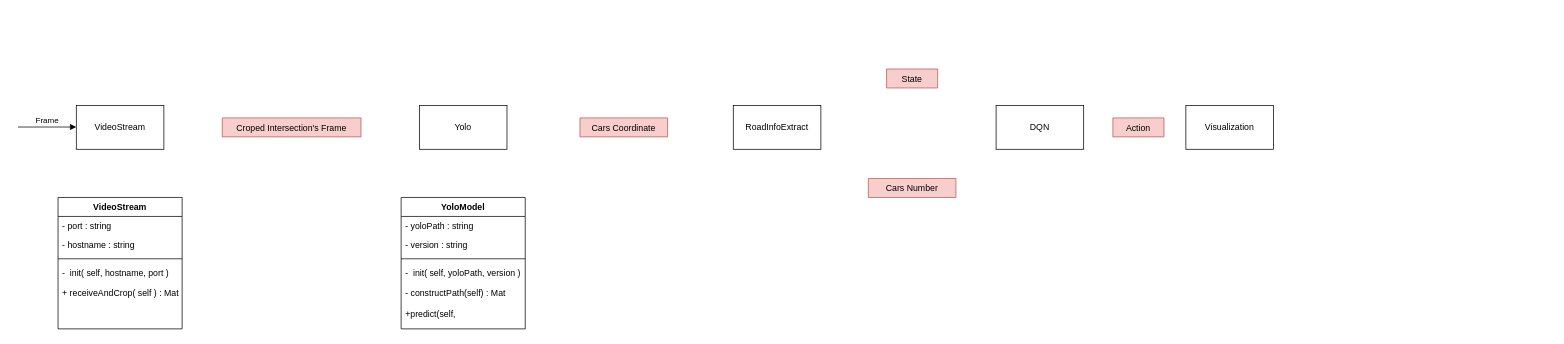
The draw.io diagram System UML Design.drawio in houance/Intelligent-Traffic-Light-System, before the edit. Source tidied: cells renumbered, new cells numbered last; positions are measured from the earlier drawing's top-left corner, leaving out a move shared by most shapes. Both pictures are drawn from the tidied source at 73%, with x=0, y=0 at pixel (18, 69).
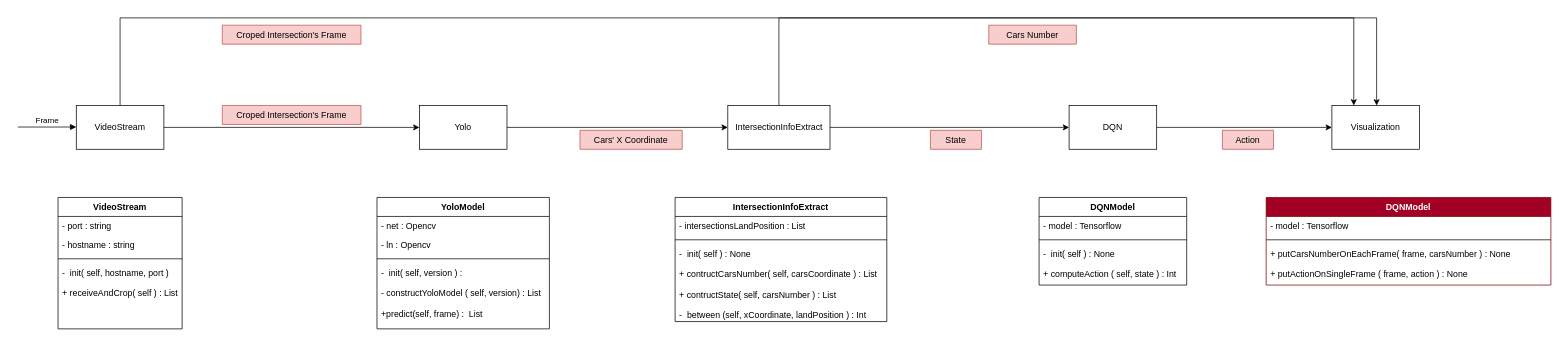
The same diagram, later.

The change refers to these unchanged cells:
```xml
<mxCell id="3" value="Yolo" style="rounded=0;whiteSpace=wrap;html=1;" parent="1" vertex="1">
  <mxGeometry x="550" y="50" width="120" height="60" as="geometry" />
</mxCell>
<mxCell id="5" value="VideoStream" style="rounded=0;whiteSpace=wrap;html=1;" parent="1" vertex="1">
  <mxGeometry x="80" y="50" width="120" height="60" as="geometry" />
</mxCell>
<mxCell id="13" value="VideoStream" style="swimlane;fontStyle=1;align=center;verticalAlign=top;horizontal=1;startSize=26;" parent="1" vertex="1">
  <mxGeometry x="55" y="176" width="170" height="180" as="geometry" />
</mxCell>
```

Change to the diagram source:
```diff
@@
+    <mxCell id="23" value="IntersectionInfoExtract" style="swimlane;fontStyle=1;align=center;verticalAlign=top;horizontal=1;startSize=26;" parent="1" vertex="1">
+      <mxGeometry x="900.3" y="176" width="290" height="170" as="geometry" />
+    </mxCell>
+    <mxCell id="24" value="- intersectionsLandPosition : List&#10;" style="text;strokeColor=none;fillColor=none;align=left;verticalAlign=top;spacingLeft=4;spacingRight=4;overflow=hidden;" parent="23" vertex="1">
+      <mxGeometry y="26" width="290" height="26" as="geometry" />
+    </mxCell>
+    <mxCell id="25" style="line;strokeWidth=1;fillColor=none;align=left;verticalAlign=middle;spacingTop=-1;spacingLeft=3;spacingRight=3;labelPosition=right;" parent="23" vertex="1">
+      <mxGeometry y="52" width="290" height="12" as="geometry" />
+    </mxCell>
+    <mxCell id="26" value="-  init( self ) : None&#10;&#10;+ contructCarsNumber( self, carsCoordinate ) : List&#10;&#10;+ contructState( self, carsNumber ) : List&#10;&#10;-  between (self, xCoordinate, landPosition ) : Int " style="text;strokeColor=none;fillColor=none;align=left;verticalAlign=top;spacingLeft=4;spacingRight=4;overflow=hidden;" parent="23" vertex="1">
+      <mxGeometry y="64" width="290" height="106" as="geometry" />
+    </mxCell>
+    <mxCell id="27" style="edgeStyle=orthogonalEdgeStyle;rounded=0;jettySize=auto;html=1;entryX=0;entryY=0.5;entryDx=0;entryDy=0;" parent="1" edge="1" source="2" target="4">
+      <mxGeometry relative="1" as="geometry" />
+    </mxCell>
     <mxCell id="2" value="DQN" style="rounded=0;whiteSpace=wrap;html=1;" parent="1" vertex="1">
-      <mxGeometry x="1340" y="50" width="120" height="60" as="geometry" />
+      <mxGeometry x="1440" y="50" width="120" height="60" as="geometry" />
     </mxCell>
+    <mxCell id="28" style="edgeStyle=orthogonalEdgeStyle;rounded=0;jettySize=auto;html=1;" parent="1" edge="1" source="3" target="6">
+      <mxGeometry relative="1" as="geometry" />
+    </mxCell>
@@
     <mxCell id="4" value="Visualization" style="rounded=0;whiteSpace=wrap;html=1;" parent="1" vertex="1">
-      <mxGeometry x="1600" y="50" width="120" height="60" as="geometry" />
+      <mxGeometry x="1800" y="50" width="120" height="60" as="geometry" />
     </mxCell>
+    <mxCell id="29" style="edgeStyle=orthogonalEdgeStyle;rounded=0;jettySize=auto;html=1;" parent="1" edge="1" source="5" target="3">
+      <mxGeometry relative="1" as="geometry" />
+    </mxCell>
+    <mxCell id="30" style="edgeStyle=orthogonalEdgeStyle;rounded=0;jettySize=auto;html=1;" parent="1" edge="1" source="5">
+      <mxGeometry relative="1" as="geometry">
+        <mxPoint x="1861.3" y="50" as="targetPoint" />
+        <Array as="points">
+          <mxPoint x="140" y="-70" />
+          <mxPoint x="1861" y="-70" />
+        </Array>
+      </mxGeometry>
+    </mxCell>
@@
+    <mxCell id="31" style="edgeStyle=orthogonalEdgeStyle;rounded=0;jettySize=auto;html=1;" parent="1" edge="1" source="6" target="2">
+      <mxGeometry relative="1" as="geometry" />
+    </mxCell>
+    <mxCell id="32" style="edgeStyle=orthogonalEdgeStyle;rounded=0;jettySize=auto;html=1;" parent="1" edge="1" source="6">
+      <mxGeometry relative="1" as="geometry">
+        <mxPoint x="1830" y="50" as="targetPoint" />
+        <Array as="points">
+          <mxPoint x="1043" y="-70" />
+          <mxPoint x="1830" y="-70" />
+          <mxPoint x="1830" y="50" />
+        </Array>
+      </mxGeometry>
+    </mxCell>
-    <mxCell id="6" value="RoadInfoExtract" style="rounded=0;whiteSpace=wrap;html=1;" parent="1" vertex="1">
-      <mxGeometry x="980" y="50" width="120" height="60" as="geometry" />
+    <mxCell id="6" value="IntersectionInfoExtract" style="rounded=0;whiteSpace=wrap;html=1;" parent="1" vertex="1">
+      <mxGeometry x="972.5" y="50" width="140" height="60" as="geometry" />
     </mxCell>
     <mxCell id="7" value="Croped Intersection's Frame" style="swimlane;fontStyle=0;horizontal=1;startSize=26;fillColor=#f8cecc;strokeColor=#b85450;" parent="1" vertex="1" collapsed="1">
-      <mxGeometry x="280" y="67" width="190" height="26" as="geometry" />
+      <mxGeometry x="280" y="50" width="190" height="26" as="geometry" />
     </mxCell>
     <mxCell id="8" value="State" style="swimlane;fontStyle=0;horizontal=1;startSize=26;fillColor=#f8cecc;strokeColor=#b85450;" parent="1" vertex="1" collapsed="1">
-      <mxGeometry x="1190" width="70" height="26" as="geometry" />
+      <mxGeometry x="1250" y="84" width="70" height="26" as="geometry" />
     </mxCell>
-    <mxCell id="9" value="Cars Coordinate" style="swimlane;fontStyle=0;horizontal=1;startSize=26;fillColor=#f8cecc;strokeColor=#b85450;" parent="1" vertex="1" collapsed="1">
-      <mxGeometry x="770" y="67" width="120" height="26" as="geometry" />
-    </mxCell>
     <mxCell id="10" value="Action" style="swimlane;fontStyle=0;horizontal=1;startSize=26;fillColor=#f8cecc;strokeColor=#b85450;" parent="1" vertex="1" collapsed="1">
-      <mxGeometry x="1500" y="67" width="70" height="26" as="geometry" />
+      <mxGeometry x="1650" y="84" width="70" height="26" as="geometry" />
     </mxCell>
     <mxCell id="11" value="Cars Number" style="swimlane;fontStyle=0;horizontal=1;startSize=26;fillColor=#f8cecc;strokeColor=#b85450;" parent="1" vertex="1" collapsed="1">
-      <mxGeometry x="1165" y="150" width="120" height="26" as="geometry" />
+      <mxGeometry x="1330" y="-60" width="120" height="26" as="geometry" />
     </mxCell>
@@
-    <mxCell id="17" value="-  init( self, hostname, port )&#10;&#10;+ receiveAndCrop( self ) : Mat" style="text;strokeColor=none;fillColor=none;align=left;verticalAlign=top;spacingLeft=4;spacingRight=4;overflow=hidden;" parent="13" vertex="1">
+    <mxCell id="17" value="-  init( self, hostname, port )&#10;&#10;+ receiveAndCrop( self ) : List" style="text;strokeColor=none;fillColor=none;align=left;verticalAlign=top;spacingLeft=4;spacingRight=4;overflow=hidden;" parent="13" vertex="1">
       <mxGeometry y="90" width="170" height="90" as="geometry" />
     </mxCell>
     <mxCell id="18" value="YoloModel" style="swimlane;fontStyle=1;align=center;verticalAlign=top;horizontal=1;startSize=26;" parent="1" vertex="1">
-      <mxGeometry x="525" y="176" width="170" height="180" as="geometry" />
+      <mxGeometry x="491.9" y="176" width="236.2" height="180" as="geometry" />
     </mxCell>
-    <mxCell id="19" value="- yoloPath : string&#10;" style="text;strokeColor=none;fillColor=none;align=left;verticalAlign=top;spacingLeft=4;spacingRight=4;overflow=hidden;" parent="18" vertex="1">
-      <mxGeometry y="26" width="170" height="26" as="geometry" />
+    <mxCell id="19" value="- net : Opencv&#10;" style="text;strokeColor=none;fillColor=none;align=left;verticalAlign=top;spacingLeft=4;spacingRight=4;overflow=hidden;" parent="18" vertex="1">
+      <mxGeometry y="26" width="236.2" height="26" as="geometry" />
     </mxCell>
-    <mxCell id="20" value="- version : string&#10;" style="text;strokeColor=none;fillColor=none;align=left;verticalAlign=top;spacingLeft=4;spacingRight=4;overflow=hidden;" parent="18" vertex="1">
-      <mxGeometry y="52" width="170" height="26" as="geometry" />
+    <mxCell id="20" value="- ln : Opencv&#10;" style="text;strokeColor=none;fillColor=none;align=left;verticalAlign=top;spacingLeft=4;spacingRight=4;overflow=hidden;" parent="18" vertex="1">
+      <mxGeometry y="52" width="236.2" height="26" as="geometry" />
     </mxCell>
     <mxCell id="21" style="line;strokeWidth=1;fillColor=none;align=left;verticalAlign=middle;spacingTop=-1;spacingLeft=3;spacingRight=3;labelPosition=right;" parent="18" vertex="1">
-      <mxGeometry y="78" width="170" height="12" as="geometry" />
+      <mxGeometry y="78" width="236.2" height="12" as="geometry" />
     </mxCell>
-    <mxCell id="22" value="-  init( self, yoloPath, version )&#10;&#10;- constructPath(self) : Mat&#10;&#10;+predict(self, " style="text;strokeColor=none;fillColor=none;align=left;verticalAlign=top;spacingLeft=4;spacingRight=4;overflow=hidden;" parent="18" vertex="1">
-      <mxGeometry y="90" width="170" height="90" as="geometry" />
+    <mxCell id="22" value="-  init( self, version ) : &#10;&#10;- constructYoloModel ( self, version) : List&#10;&#10;+predict(self, frame) :  List" style="text;strokeColor=none;fillColor=none;align=left;verticalAlign=top;spacingLeft=4;spacingRight=4;overflow=hidden;" parent="18" vertex="1">
+      <mxGeometry y="90" width="236.2" height="90" as="geometry" />
     </mxCell>
+    <mxCell id="9" value="Cars' X Coordinate" style="swimlane;fontStyle=0;horizontal=1;startSize=26;fillColor=#f8cecc;strokeColor=#b85450;" parent="1" vertex="1" collapsed="1">
+      <mxGeometry x="770" y="84" width="140" height="26" as="geometry" />
+    </mxCell>
+    <mxCell id="33" value="DQNModel" style="swimlane;fontStyle=1;align=center;verticalAlign=top;horizontal=1;startSize=26;" parent="1" vertex="1">
+      <mxGeometry x="1398.9" y="176" width="202.2" height="120" as="geometry" />
+    </mxCell>
+    <mxCell id="34" value="- model : Tensorflow&#10;" style="text;strokeColor=none;fillColor=none;align=left;verticalAlign=top;spacingLeft=4;spacingRight=4;overflow=hidden;" parent="33" vertex="1">
+      <mxGeometry y="26" width="202.2" height="26" as="geometry" />
+    </mxCell>
+    <mxCell id="35" style="line;strokeWidth=1;fillColor=none;align=left;verticalAlign=middle;spacingTop=-1;spacingLeft=3;spacingRight=3;labelPosition=right;" parent="33" vertex="1">
+      <mxGeometry y="52" width="202.2" height="12" as="geometry" />
+    </mxCell>
+    <mxCell id="36" value="-  init( self ) : None&#10;&#10;+ computeAction ( self, state ) : Int " style="text;strokeColor=none;fillColor=none;align=left;verticalAlign=top;spacingLeft=4;spacingRight=4;overflow=hidden;" parent="33" vertex="1">
+      <mxGeometry y="64" width="202.2" height="56" as="geometry" />
+    </mxCell>
+    <mxCell id="37" value="DQNModel" style="swimlane;fontStyle=1;align=center;verticalAlign=top;horizontal=1;startSize=26;fillColor=#a20025;strokeColor=#6F0000;swimlaneFillColor=none;fontColor=#ffffff;" parent="1" vertex="1">
+      <mxGeometry x="1710" y="176" width="390" height="120" as="geometry" />
+    </mxCell>
+    <mxCell id="38" value="- model : Tensorflow&#10;" style="text;strokeColor=none;fillColor=none;align=left;verticalAlign=top;spacingLeft=4;spacingRight=4;overflow=hidden;" parent="37" vertex="1">
+      <mxGeometry y="26" width="390" height="26" as="geometry" />
+    </mxCell>
+    <mxCell id="39" style="line;strokeWidth=1;fillColor=none;align=left;verticalAlign=middle;spacingTop=-1;spacingLeft=3;spacingRight=3;labelPosition=right;" parent="37" vertex="1">
+      <mxGeometry y="52" width="390" height="12" as="geometry" />
+    </mxCell>
+    <mxCell id="40" value="+ putCarsNumberOnEachFrame( frame, carsNumber ) : None&#10;&#10;+ putActionOnSingleFrame ( frame, action ) : None" style="text;strokeColor=none;fillColor=none;align=left;verticalAlign=top;spacingLeft=4;spacingRight=4;overflow=hidden;" parent="37" vertex="1">
+      <mxGeometry y="64" width="390" height="56" as="geometry" />
+    </mxCell>
+    <mxCell id="41" value="Croped Intersection's Frame" style="swimlane;fontStyle=0;horizontal=1;startSize=26;fillColor=#f8cecc;strokeColor=#b85450;" parent="1" vertex="1" collapsed="1">
+      <mxGeometry x="280" y="-60" width="190" height="26" as="geometry" />
+    </mxCell>
```
